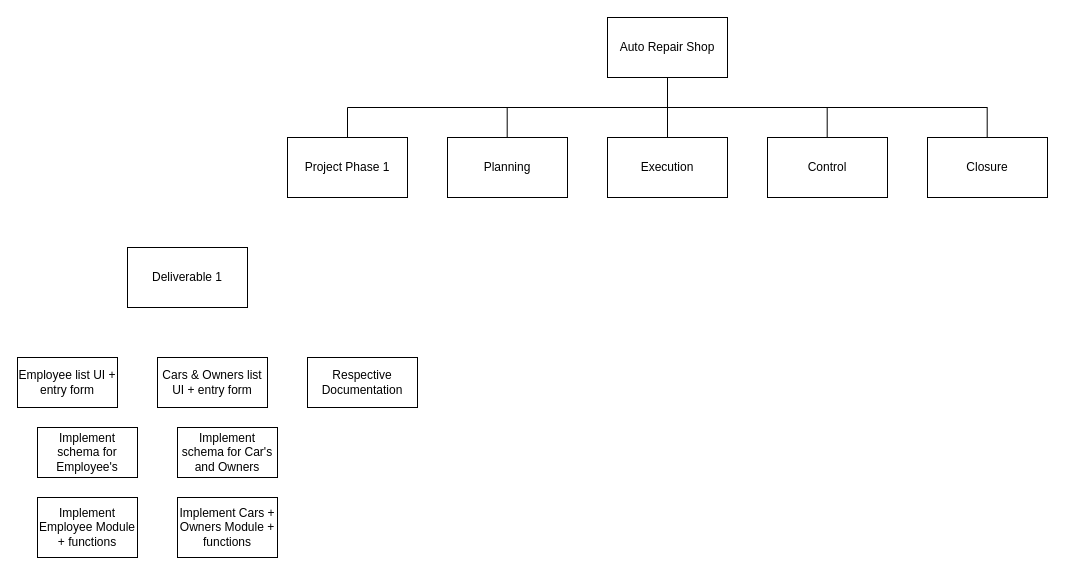
This is AutoRepairHybrid.drawio from DylanBriSmith/4313Drawings, a draw.io file, before an edit. Source tidied: cells renumbered, new cells numbered last; positions are measured from the earlier drawing's top-left corner, leaving out a move shared by most shapes. Both pictures are drawn from the tidied source at 100%, with x=0, y=0 at pixel (17, 17).
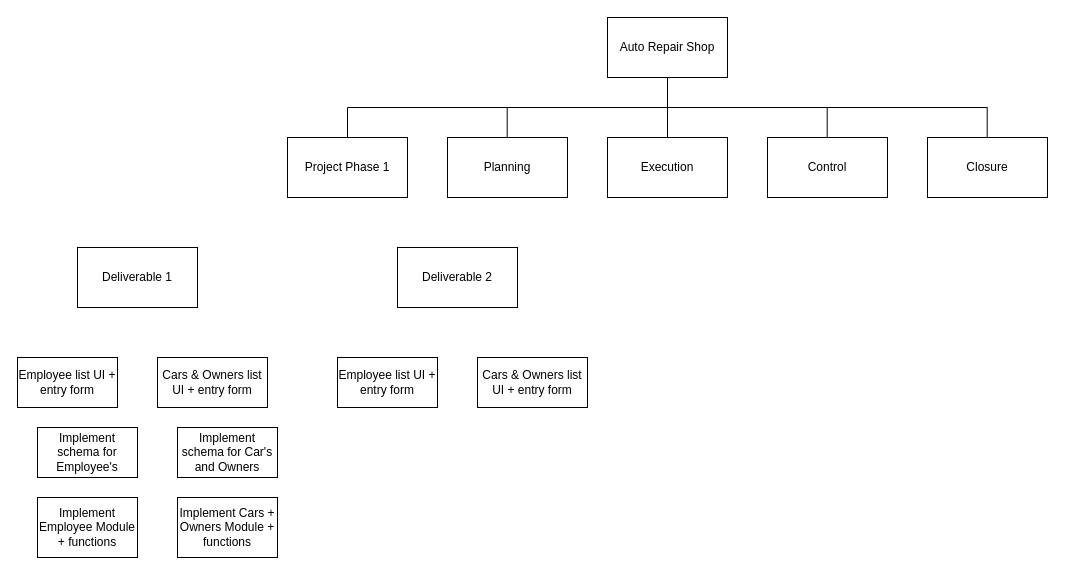
Above is the later version.

What changed in the source:
```diff
@@
     <mxCell id="15" value="Deliverable 1" style="rounded=0;whiteSpace=wrap;html=1;" parent="1" vertex="1">
-      <mxGeometry x="110" y="230" width="120" height="60" as="geometry" />
+      <mxGeometry x="60" y="230" width="120" height="60" as="geometry" />
     </mxCell>
@@
-    <mxCell id="22" value="Respective Documentation" style="rounded=0;whiteSpace=wrap;html=1;" parent="1" vertex="1">
-      <mxGeometry x="290" y="340" width="110" height="50" as="geometry" />
-    </mxCell>
+    <mxCell id="23" value="Deliverable 2" style="rounded=0;whiteSpace=wrap;html=1;" parent="1" vertex="1">
+      <mxGeometry x="380" y="230" width="120" height="60" as="geometry" />
+    </mxCell>
+    <mxCell id="24" value="Employee list UI + entry form" style="rounded=0;whiteSpace=wrap;html=1;" parent="1" vertex="1">
+      <mxGeometry x="320" y="340" width="100" height="50" as="geometry" />
+    </mxCell>
+    <mxCell id="25" value="Cars &amp;amp; Owners list UI + entry form" style="rounded=0;whiteSpace=wrap;html=1;" parent="1" vertex="1">
+      <mxGeometry x="460" y="340" width="110" height="50" as="geometry" />
+    </mxCell>
```
